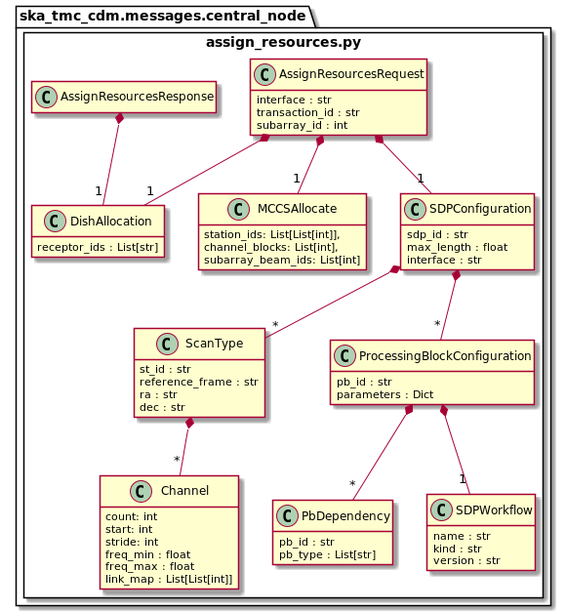
ska-telescope/cdm-shared-library keeps this PlantUML diagram as docs/src/developer/centralnode/assignresources.png. Above is the earlier version.
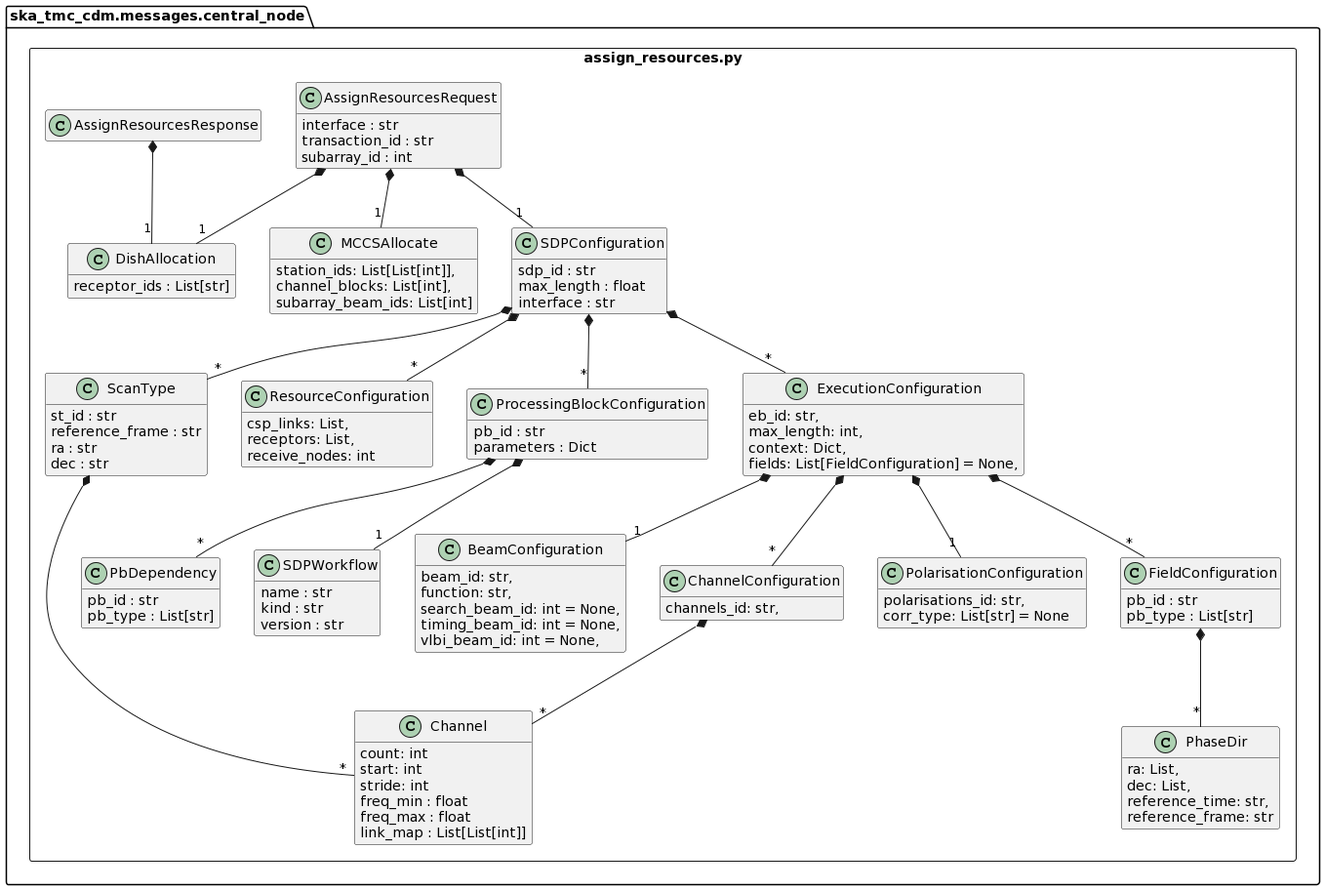
Later version of the same file.

Commit message:
NAK-111 Corrected typo error

Diff of the diagram source:
```diff
@@ -34,6 +34,39 @@
             pb_id : str
             pb_type : List[str]
         }
+         class ResourceConfiguration {
+            csp_links: List,
+            receptors: List,
+            receive_nodes: int
+        }
+        class PhaseDir {
+            ra: List,
+            dec: List,
+            reference_time: str,
+            reference_frame: str
+        }
+        class BeamConfiguration {
+            beam_id: str,
+            function: str,
+            search_beam_id: int = None,
+            timing_beam_id: int = None,
+            vlbi_beam_id: int = None,
+        }
+        class ChannelConfiguration {
+            channels_id: str,
+        }
+        ChannelConfiguration  *-- "*" Channel
+        class PolarisationConfiguration {
+            polarisations_id: str,
+            corr_type: List[str] = None
+        }
+
+        class FieldConfiguration {
+            pb_id : str
+            pb_type : List[str]
+        }
+
+        FieldConfiguration  *-- "*" PhaseDir
 
         class SDPWorkflow {
             name : str
@@ -48,6 +81,17 @@
         ProcessingBlockConfiguration  *-- "1" SDPWorkflow
         ProcessingBlockConfiguration  *-- "*" PbDependency
 
+        class ExecutionConfiguration {
+            eb_id: str,
+            max_length: int,
+            context: Dict,
+            fields: List[FieldConfiguration] = None,
+        }
+        ExecutionConfiguration  *-- "1" BeamConfiguration
+        ExecutionConfiguration  *-- "*" ChannelConfiguration
+        ExecutionConfiguration  *-- "1" PolarisationConfiguration
+        ExecutionConfiguration  *-- "*" FieldConfiguration
+
         class SDPConfiguration {
             sdp_id : str
             max_length : float
@@ -55,6 +99,8 @@
         }
         SDPConfiguration *-- "*" ScanType
         SDPConfiguration *-- "*" ProcessingBlockConfiguration
+        SDPConfiguration *-- "*" ExecutionConfiguration
+        SDPConfiguration *-- "*" ResourceConfiguration
 
         class AssignResourcesRequest {
             interface : str
@@ -70,5 +116,4 @@
         AssignResourcesResponse *-- "1" DishAllocation
 	}
 }
-
 @enduml
```
